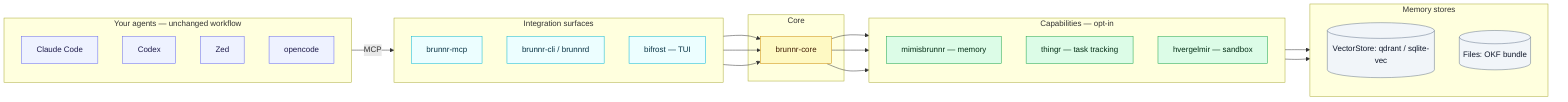
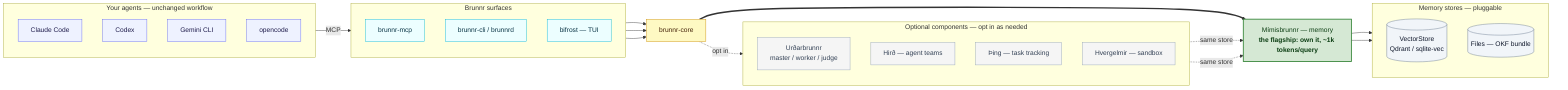
flowchart LR
  subgraph agents["Your agents — unchanged workflow"]
    direction TB
    CC[Claude Code]:::agent
    CX[Codex]:::agent
-     ZD[Zed]:::agent
+     GM[Gemini CLI]:::agent
    OC[opencode]:::agent
  end

-   subgraph surfaces["Integration surfaces"]
+   subgraph surfaces["Brunnr surfaces"]
    direction TB
    MCP[brunnr-mcp]:::surface
    CLI["brunnr-cli / brunnrd"]:::surface
    TUI["bifrost — TUI"]:::surface
  end

-   subgraph core["Core"]
-     CORE[brunnr-core]:::core
+   CORE[brunnr-core]:::core
+ 
+   MEM["Mímisbrunnr — memory<br/><b>the flagship: own it, ~1k tokens/query</b>"]:::flagship
+ 
+   subgraph stores["Memory stores — pluggable"]
+     direction TB
+     VS[("VectorStore<br/>Qdrant / sqlite-vec")]:::store
+     FB[("Files — OKF bundle")]:::store
  end

-   subgraph caps["Capabilities — opt-in"]
+   subgraph opt["Optional components — opt in as needed"]
    direction TB
-     MEM[mimisbrunnr — memory]:::cap
-     TASKS[thingr — task tracking]:::cap
-     SBX[hvergelmir — sandbox]:::cap
-   end
- 
-   subgraph stores["Memory stores"]
-     direction TB
-     VS[("VectorStore: qdrant / sqlite-vec")]:::store
-     FB[("Files: OKF bundle")]:::store
+     ORCH["Urðarbrunnr<br/>master / worker / judge"]:::cap
+     TEAMS["Hirð — agent teams"]:::cap
+     TASKS["Þing — task tracking"]:::cap
+     SBX["Hvergelmir — sandbox"]:::cap
  end

  agents -->|MCP| MCP
  MCP --> CORE
  CLI --> CORE
  TUI --> CORE
-   CORE --> MEM
-   CORE --> TASKS
-   CORE --> SBX
+   CORE ==> MEM
  MEM --> VS
  MEM --> FB
+   CORE -.->|opt in| opt
+   ORCH -.->|same store| MEM
+   TEAMS -.->|same store| MEM

  classDef agent fill:#eef2ff,stroke:#6366f1,color:#1e1b4b;
  classDef surface fill:#ecfeff,stroke:#06b6d4,color:#083344;
  classDef core fill:#fef9c3,stroke:#ca8a04,color:#422006;
-   classDef cap fill:#dcfce7,stroke:#16a34a,color:#052e16;
+   classDef flagship fill:#d5e8d4,stroke:#2f8132,color:#0b3d12,stroke-width:2px;
+   classDef cap fill:#f5f5f5,stroke:#94a3b8,color:#334155;
  classDef store fill:#f1f5f9,stroke:#64748b,color:#0f172a;
